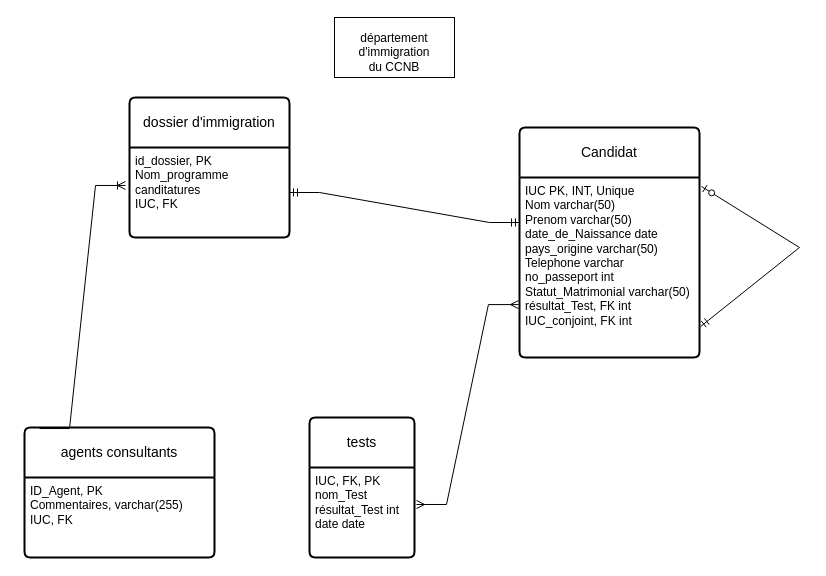
Before: page "Modèle entité-association" (1 of 2) of Mi-session/test26FevDATA1029XavierViel.drawio in ProfX1/2094329_DATA1029, a draw.io diagram. Source tidied: cells renumbered, new cells numbered last; positions are measured from the earlier drawing's top-left corner, leaving out a move shared by most shapes. Both pictures are drawn from the tidied source at 100%, with x=0, y=0 at pixel (24, 17).
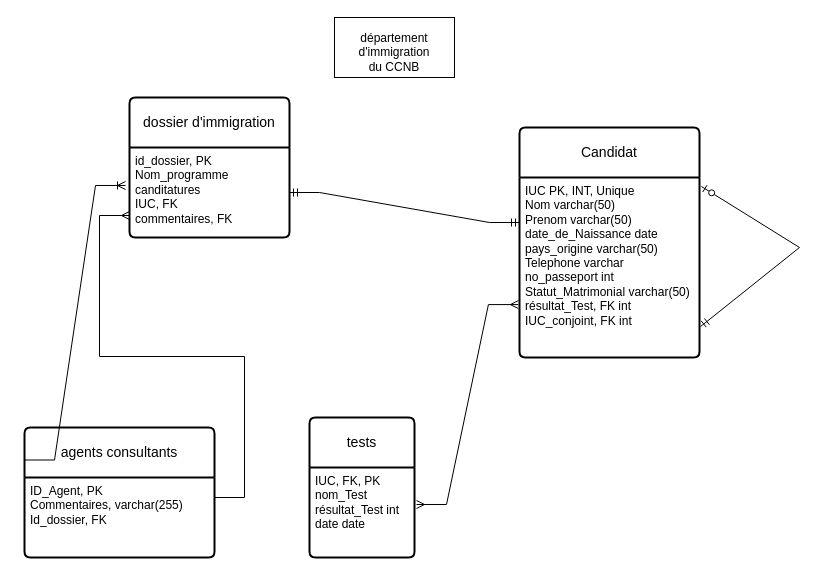
The same page after the edit.

Unchanged cells that the change refers to:
```xml
<mxCell id="7" value="dossier d'immigration" style="swimlane;horizontal=1;startSize=50;rounded=1;fontSize=14;fontStyle=0;strokeWidth=2;shadow=0;dashed=0;align=center;arcSize=4;whiteSpace=wrap;html=1;" parent="1" vertex="1">
  <mxGeometry x="105" y="80" width="160" height="140" as="geometry" />
</mxCell>
<mxCell id="11" value="agents consultants" style="swimlane;horizontal=1;startSize=50;rounded=1;fontSize=14;fontStyle=0;strokeWidth=2;shadow=0;dashed=0;align=center;arcSize=4;whiteSpace=wrap;html=1;" parent="1" vertex="1">
  <mxGeometry y="410" width="190" height="130" as="geometry" />
</mxCell>
```

Change to the diagram source:
```diff
@@
-    <mxCell id="8" value="id_dossier, PK&lt;br&gt;Nom_programme&lt;br&gt;canditatures&lt;br&gt;IUC, FK&lt;br&gt;&lt;div&gt;&lt;br/&gt;&lt;/div&gt;" style="align=left;strokeColor=none;fillColor=none;spacingLeft=4;fontSize=12;verticalAlign=top;html=1;" parent="7" vertex="1">
+    <mxCell id="8" value="id_dossier, PK&lt;br&gt;Nom_programme&lt;br&gt;canditatures&lt;br&gt;IUC, FK&lt;br&gt;&lt;div&gt;commentaires, FK&lt;/div&gt;" style="align=left;strokeColor=none;fillColor=none;spacingLeft=4;fontSize=12;verticalAlign=top;html=1;" parent="7" vertex="1">
       <mxGeometry y="50" width="160" height="90" as="geometry" />
     </mxCell>
@@
-    <mxCell id="12" value="ID_Agent, PK&lt;br&gt;Commentaires, varchar(255)&lt;br&gt;IUC, FK" style="align=left;strokeColor=none;fillColor=none;spacingLeft=4;fontSize=12;verticalAlign=top;html=1;" parent="11" vertex="1">
+    <mxCell id="12" value="ID_Agent, PK&lt;br&gt;Commentaires, varchar(255)&lt;br&gt;Id_dossier, FK" style="align=left;strokeColor=none;fillColor=none;spacingLeft=4;fontSize=12;verticalAlign=top;html=1;" parent="11" vertex="1">
       <mxGeometry y="50" width="190" height="80" as="geometry" />
     </mxCell>
-    <mxCell id="13" style="edgeStyle=entityRelationEdgeStyle;fontSize=12;html=1;endArrow=ERoneToMany;rounded=0;entryX=-0.025;entryY=0.422;entryDx=0;entryDy=0;entryPerimeter=0;exitX=0.079;exitY=0.008;exitDx=0;exitDy=0;exitPerimeter=0;" parent="1" edge="1" source="11" target="8">
+    <mxCell id="13" style="edgeStyle=entityRelationEdgeStyle;fontSize=12;html=1;endArrow=ERoneToMany;rounded=0;entryX=-0.025;entryY=0.422;entryDx=0;entryDy=0;entryPerimeter=0;exitX=0;exitY=0.25;exitDx=0;exitDy=0;" parent="1" edge="1" source="11" target="8">
       <mxGeometry relative="1" as="geometry">
         <Array as="points">
           <mxPoint x="5" y="410" />
           <mxPoint x="11" y="320" />
           <mxPoint x="15" y="300" />
           <mxPoint x="5" y="260" />
           <mxPoint x="5" y="310" />
           <mxPoint x="5" y="320" />
           <mxPoint x="15" y="320" />
         </Array>
       </mxGeometry>
     </mxCell>
@@
+    <mxCell id="16" style="edgeStyle=entityRelationEdgeStyle;fontSize=12;html=1;endArrow=ERmany;rounded=0;exitX=1;exitY=0.25;exitDx=0;exitDy=0;" parent="1" edge="1" source="12">
+      <mxGeometry relative="1" as="geometry">
+        <mxPoint x="105" y="198" as="targetPoint" />
+        <Array as="points">
+          <mxPoint x="195" y="330" />
+          <mxPoint x="15" y="290" />
+        </Array>
+      </mxGeometry>
+    </mxCell>
```
